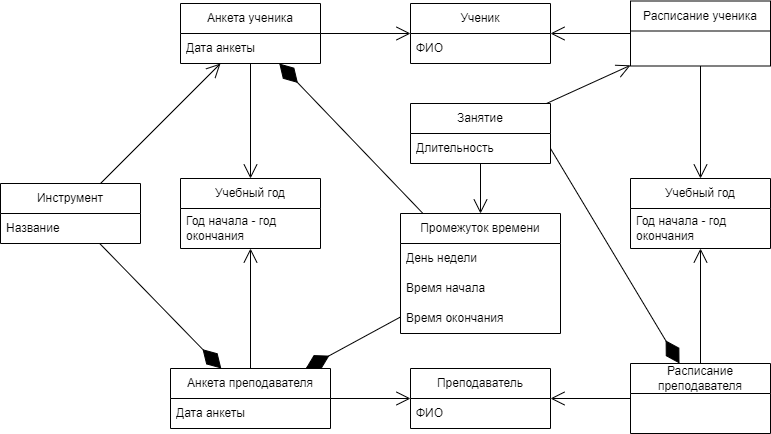
This is Модель_предметной_области.png from watashinonericell/myrepos, a draw.io export, as it was before one commit. Source tidied: cells renumbered, new cells last; positions are measured from the earlier drawing's top-left corner, leaving out a move shared by most shapes.
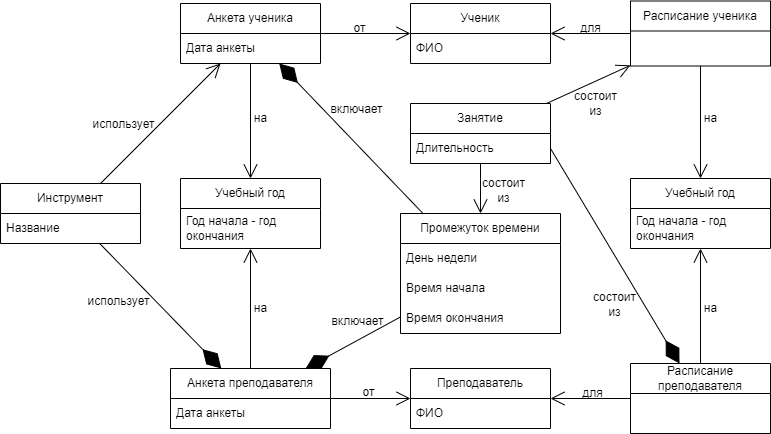
Above is the later version.

What changed in the source:
```diff
@@ -113,5 +113,50 @@
     <mxCell id="38" style="endArrow=open;endFill=1;endSize=12;html=1;rounded=0;" parent="1" edge="1" source="9" target="25">
       <mxGeometry relative="1" as="geometry" />
     </mxCell>
+    <mxCell id="39" value="на" style="text;html=1;align=center;verticalAlign=middle;strokeColor=none;fillColor=none;" parent="1" vertex="1">
+      <mxGeometry x="690" y="102" width="40" height="30" as="geometry" />
+    </mxCell>
+    <mxCell id="40" value="на" style="text;html=1;align=center;verticalAlign=middle;strokeColor=none;fillColor=none;" parent="1" vertex="1">
+      <mxGeometry x="690" y="292" width="40" height="30" as="geometry" />
+    </mxCell>
+    <mxCell id="41" value="состоит&lt;br&gt;из" style="text;html=1;align=center;verticalAlign=middle;strokeColor=none;fillColor=none;" parent="1" vertex="1">
+      <mxGeometry x="560" y="82" width="70" height="40" as="geometry" />
+    </mxCell>
+    <mxCell id="42" value="для" style="text;html=1;align=center;verticalAlign=middle;strokeColor=none;fillColor=none;" parent="1" vertex="1">
+      <mxGeometry x="570" y="12" width="40" height="30" as="geometry" />
+    </mxCell>
+    <mxCell id="43" value="для" style="text;html=1;align=center;verticalAlign=middle;strokeColor=none;fillColor=none;" parent="1" vertex="1">
+      <mxGeometry x="572" y="377" width="40" height="30" as="geometry" />
+    </mxCell>
+    <mxCell id="44" value="от" style="text;html=1;align=center;verticalAlign=middle;strokeColor=none;fillColor=none;" parent="1" vertex="1">
+      <mxGeometry x="348" y="376" width="40" height="30" as="geometry" />
+    </mxCell>
+    <mxCell id="45" value="от" style="text;html=1;align=center;verticalAlign=middle;strokeColor=none;fillColor=none;" parent="1" vertex="1">
+      <mxGeometry x="339" y="12" width="40" height="30" as="geometry" />
+    </mxCell>
+    <mxCell id="46" value="на" style="text;html=1;align=center;verticalAlign=middle;strokeColor=none;fillColor=none;" parent="1" vertex="1">
+      <mxGeometry x="240" y="292" width="40" height="30" as="geometry" />
+    </mxCell>
+    <mxCell id="47" value="на" style="text;html=1;align=center;verticalAlign=middle;strokeColor=none;fillColor=none;" parent="1" vertex="1">
+      <mxGeometry x="240" y="102" width="40" height="30" as="geometry" />
+    </mxCell>
+    <mxCell id="48" value="состоит&lt;br&gt;из" style="text;html=1;align=center;verticalAlign=middle;strokeColor=none;fillColor=none;" parent="1" vertex="1">
+      <mxGeometry x="468" y="169" width="70" height="40" as="geometry" />
+    </mxCell>
+    <mxCell id="49" value="состоит&lt;br&gt;из" style="text;html=1;align=center;verticalAlign=middle;strokeColor=none;fillColor=none;" parent="1" vertex="1">
+      <mxGeometry x="579" y="283" width="70" height="40" as="geometry" />
+    </mxCell>
+    <mxCell id="50" value="включает" style="text;html=1;align=center;verticalAlign=middle;strokeColor=none;fillColor=none;" parent="1" vertex="1">
+      <mxGeometry x="316" y="93" width="80" height="30" as="geometry" />
+    </mxCell>
+    <mxCell id="51" value="включает" style="text;html=1;align=center;verticalAlign=middle;strokeColor=none;fillColor=none;" parent="1" vertex="1">
+      <mxGeometry x="317" y="305" width="80" height="30" as="geometry" />
+    </mxCell>
+    <mxCell id="52" value="использует" style="text;html=1;align=center;verticalAlign=middle;strokeColor=none;fillColor=none;" parent="1" vertex="1">
+      <mxGeometry x="78" y="108" width="90" height="30" as="geometry" />
+    </mxCell>
+    <mxCell id="53" value="использует" style="text;html=1;align=center;verticalAlign=middle;strokeColor=none;fillColor=none;" parent="1" vertex="1">
+      <mxGeometry x="73" y="285" width="90" height="30" as="geometry" />
+    </mxCell>
   </root>
 </mxGraphModel>
```
